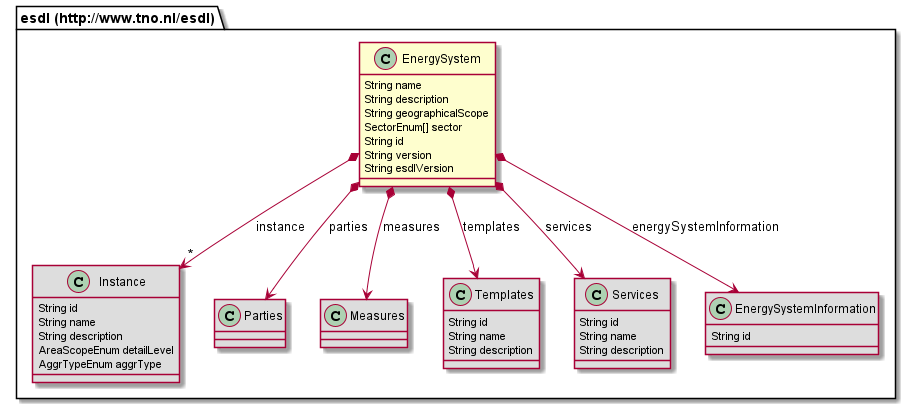
EnergyTransition/energytransition.github.io keeps this PlantUML diagram as 687474703a2f2f7777772e746e6f2e6e6c2f6573646c/EnergySystem.png. Above is the earlier version.
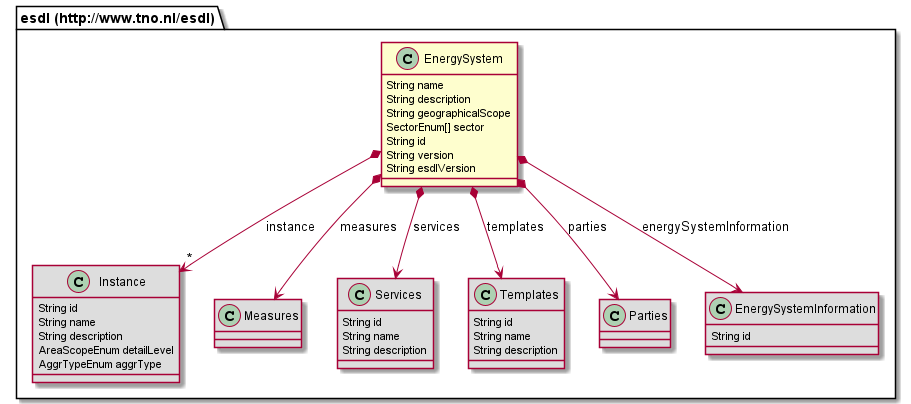
The same diagram one commit later.

The edit, as a diff of the source:
```diff
@@ -15,19 +15,19 @@
 	AreaScopeEnum detailLevel
 	AggrTypeEnum aggrType
 }
-class "esdl (http://www.tno.nl/esdl).Parties" [[#router/doc-content/687474703a2f2f7777772e746e6f2e6e6c2f6573646c/Parties.html{Container for parties that have a role in the energy system}]] #DDDDDD {
+class "esdl (http://www.tno.nl/esdl).Measures" [[#router/doc-content/687474703a2f2f7777772e746e6f2e6e6c2f6573646c/Measures.html{Collection of measures that can be applied to an energy system}]] #DDDDDD {
 }
-class "esdl (http://www.tno.nl/esdl).Measures" [[#router/doc-content/687474703a2f2f7777772e746e6f2e6e6c2f6573646c/Measures.html{Collection of measures that can be applied to an energy system}]] #DDDDDD {
+class "esdl (http://www.tno.nl/esdl).Services" [[#router/doc-content/687474703a2f2f7777772e746e6f2e6e6c2f6573646c/Services.html{Defines a collection of logical services used in the energy system, e.g. Demand-Response, Aggregator services, Energy markets and control strategies.}]] #DDDDDD {
+	String id
+	String name
+	String description
 }
 class "esdl (http://www.tno.nl/esdl).Templates" [[#router/doc-content/687474703a2f2f7777772e746e6f2e6e6c2f6573646c/Templates.html{Collection of templates, e.g. asset templates.}]] #DDDDDD {
 	String id
 	String name
 	String description
 }
-class "esdl (http://www.tno.nl/esdl).Services" [[#router/doc-content/687474703a2f2f7777772e746e6f2e6e6c2f6573646c/Services.html{Defines a collection of logical services used in the energy system, e.g. Demand-Response, Aggregator services, Energy markets and control strategies.}]] #DDDDDD {
-	String id
-	String name
-	String description
+class "esdl (http://www.tno.nl/esdl).Parties" [[#router/doc-content/687474703a2f2f7777772e746e6f2e6e6c2f6573646c/Parties.html{Container for parties that have a role in the energy system}]] #DDDDDD {
 }
 class "esdl (http://www.tno.nl/esdl).EnergySystemInformation" [[#router/doc-content/687474703a2f2f7777772e746e6f2e6e6c2f6573646c/EnergySystemInformation.html{Describes reusable information of the energy system, that other classes can refer to in this energy system, such as carriers, profiles, data sources, quantity and units.}]] #DDDDDD {
 	String id
```
